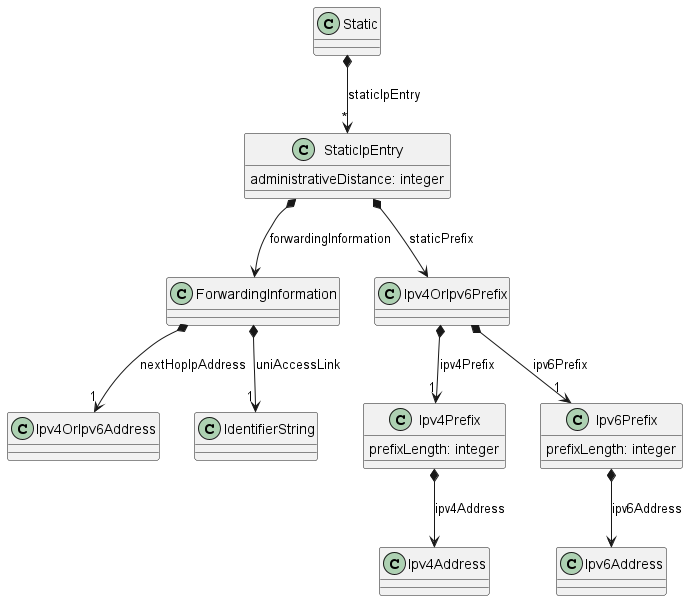
Earlier version of the PlantUML export documentation/productSchema/ip/internetAccess/MEF 139.1 resources/media/14Static.png (MEF-GIT/MEF-LSO-Sonata-SDK). Source of this version:
```plantuml
@startuml

class ForwardingInformation {

}

ForwardingInformation *-->"1" Ipv4OrIpv6Address : nextHopIpAddress
ForwardingInformation *-->"1" IdentifierString : uniAccessLink



class Ipv4Address {

}



class Ipv4OrIpv6Address {

}



class Ipv4OrIpv6Prefix {

}

Ipv4OrIpv6Prefix *-->"1" Ipv4Prefix : ipv4Prefix
Ipv4OrIpv6Prefix *-->"1" Ipv6Prefix : ipv6Prefix


class Ipv4Prefix {

    prefixLength: integer
}

Ipv4Prefix *--> Ipv4Address : ipv4Address


class Ipv6Address {

}



class Ipv6Prefix {

    prefixLength: integer
}

Ipv6Prefix *--> Ipv6Address : ipv6Address


class Static {

}

Static *-->"*" StaticIpEntry : staticIpEntry


class StaticIpEntry {

    administrativeDistance: integer
}

StaticIpEntry *--> ForwardingInformation : forwardingInformation
StaticIpEntry *--> Ipv4OrIpv6Prefix : staticPrefix


@enduml
```
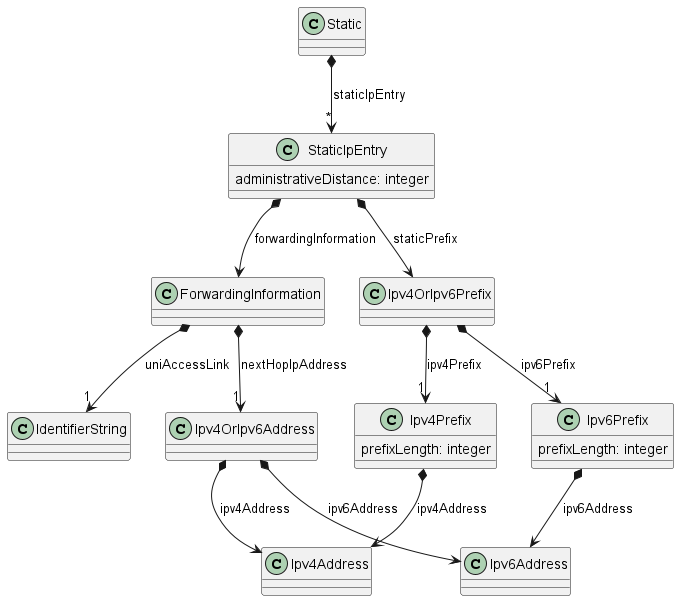
Later version of the same file.

Diff of the diagram source:
```diff
@@ -18,6 +18,11 @@
 class Ipv4OrIpv6Address {
 
 }
+
+Ipv4OrIpv6Address *--> Ipv4Address : ipv4Address
+Ipv4OrIpv6Address *--> Ipv6Address : ipv6Address
+
+
 
 
 
```
